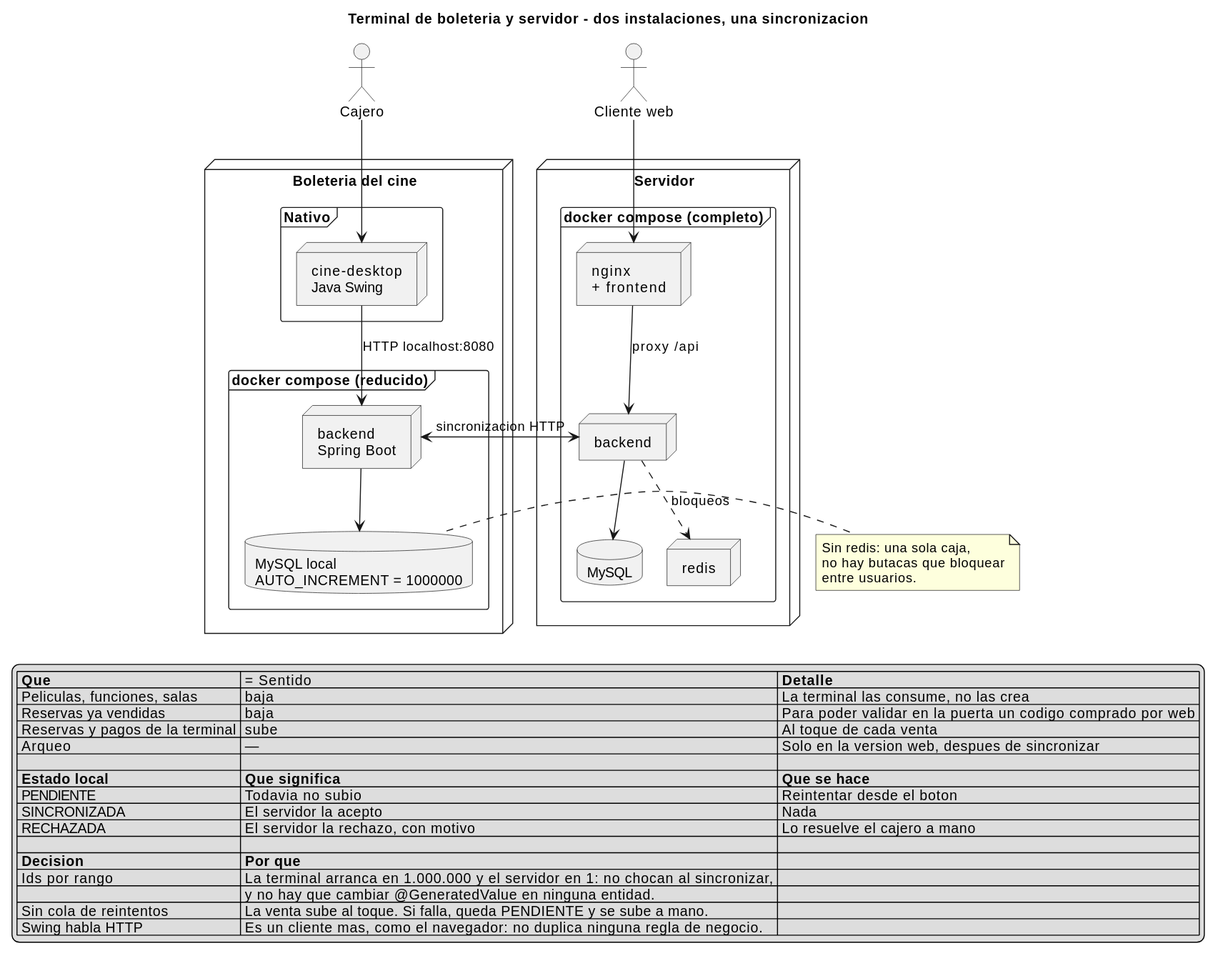
This is _other/docs/diagramas/terminal-desktop.svg from andreiveisuade/cine-uade, a PlantUML export, as it was before one commit.
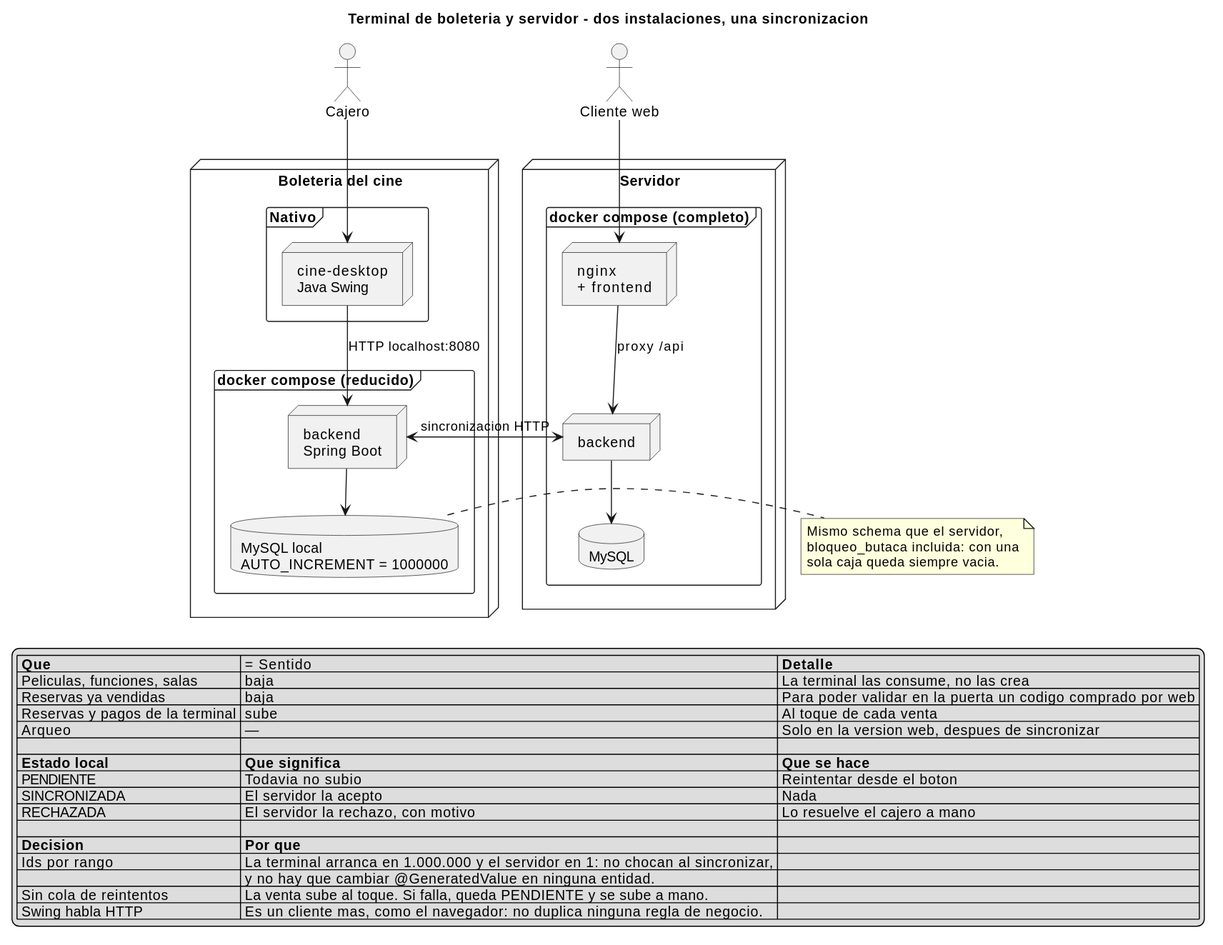
Later version of the same file.

What changed in the source:
```diff
@@ -19,7 +19,6 @@
     node "nginx\n+ frontend" as nginx
     node "backend" as backSrv
     database "MySQL" as dbSrv
-    node "redis" as redis
   }
 }
 
@@ -33,14 +32,13 @@
 web --> nginx
 nginx --> backSrv : proxy /api
 backSrv --> dbSrv
-backSrv ..> redis : bloqueos
 
 backLocal <-> backSrv : sincronizacion HTTP
 
 note right of dbLocal
-  Sin redis: una sola caja,
-  no hay butacas que bloquear
-  entre usuarios.
+  Mismo schema que el servidor,
+  bloqueo_butaca incluida: con una
+  sola caja queda siempre vacia.
 end note
 
 legend bottom
```
